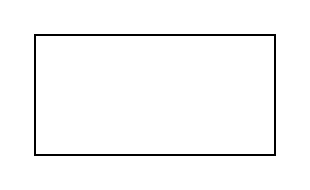
Before: Architecture.drawio in TeneikaAskew/stocks, a draw.io diagram. Source tidied: cells renumbered, new cells numbered last; positions are measured from the earlier drawing's top-left corner, leaving out a move shared by most shapes. Both pictures are drawn from the tidied source at 200%, with x=0, y=0 at pixel (34, 34).
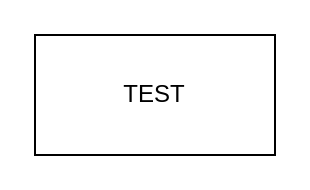
The same diagram, later.

Diff of the diagram source:
```diff
@@
 <mxGraphModel>
   <root>
     <mxCell id="0" />
     <mxCell id="1" parent="0" />
-    <mxCell id="2" style="rounded=0;whiteSpace=wrap;html=1;" parent="1" vertex="1">
+    <mxCell id="2" value="TEST" style="rounded=0;whiteSpace=wrap;html=1;" parent="1" vertex="1">
       <mxGeometry width="120" height="60" as="geometry" />
     </mxCell>
   </root>
 </mxGraphModel>
```
